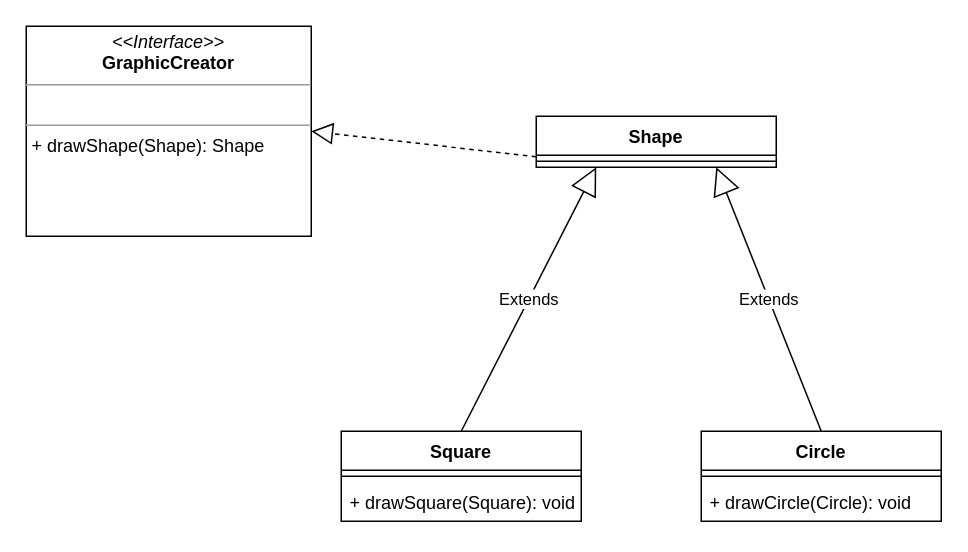
Above: Project/Project Files/database/Task2C.drawio in nachacin/ENSF-409-Projects (draw.io), before the change. Source tidied: cells renumbered, new cells numbered last; positions are measured from the earlier drawing's top-left corner, leaving out a move shared by most shapes. Both pictures are drawn from the tidied source at 150%, with x=0, y=0 at pixel (26, 26).
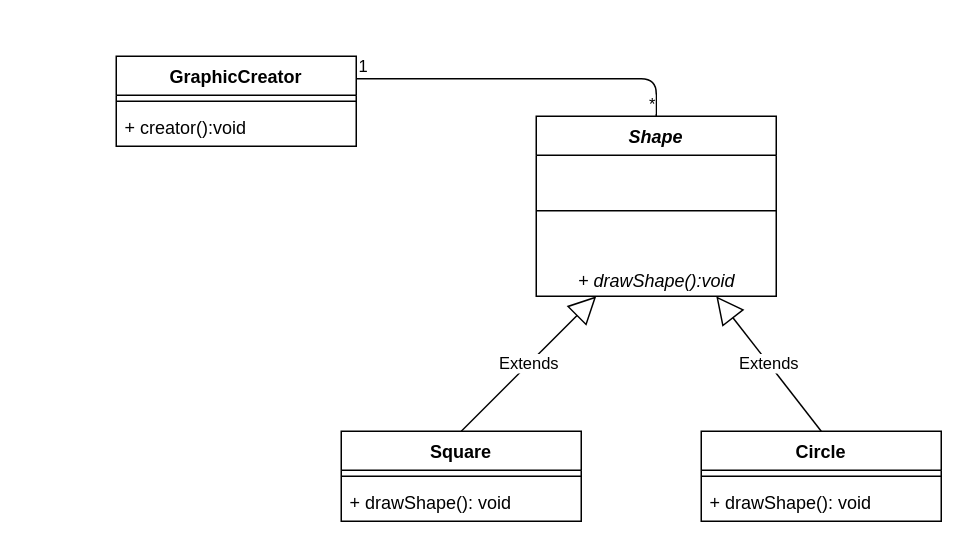
The same page after the edit.

Diff of the diagram source:
```diff
@@
 <mxGraphModel>
   <root>
     <mxCell id="0" />
     <mxCell id="1" parent="0" />
-    <mxCell id="2" value="&lt;p style=&quot;margin: 0px ; margin-top: 4px ; text-align: center&quot;&gt;&lt;i&gt;&amp;lt;&amp;lt;Interface&amp;gt;&amp;gt;&lt;/i&gt;&lt;br&gt;&lt;b&gt;GraphicCreator&lt;/b&gt;&lt;/p&gt;&lt;hr size=&quot;1&quot;&gt;&lt;p style=&quot;margin: 0px ; margin-left: 4px&quot;&gt;&lt;br&gt;&lt;/p&gt;&lt;hr size=&quot;1&quot;&gt;&lt;p style=&quot;margin: 0px ; margin-left: 4px&quot;&gt;+ drawShape(Shape): Shape&lt;/p&gt;" style="verticalAlign=top;align=left;overflow=fill;fontSize=12;fontFamily=Helvetica;html=1;" parent="1" vertex="1">
-      <mxGeometry width="190" height="140" as="geometry" />
-    </mxCell>
-    <mxCell id="3" value="Shape" style="swimlane;fontStyle=1;align=center;verticalAlign=top;horizontal=1;startSize=26;" parent="1" vertex="1">
-      <mxGeometry x="340" y="60" width="160" height="34" as="geometry" />
+    <mxCell id="3" value="Shape" style="swimlane;fontStyle=3;align=center;verticalAlign=top;horizontal=1;startSize=26;" parent="1" vertex="1">
+      <mxGeometry x="340" y="60" width="160" height="120" as="geometry" />
     </mxCell>
     <mxCell id="4" style="line;strokeWidth=1;fillColor=none;align=left;verticalAlign=middle;spacingTop=-1;spacingLeft=3;spacingRight=3;labelPosition=right;" parent="3" vertex="1">
-      <mxGeometry y="26" width="160" height="8" as="geometry" />
+      <mxGeometry y="26" width="160" height="74" as="geometry" />
     </mxCell>
-    <mxCell id="5" style="endArrow=block;dashed=1;endFill=0;endSize=12;html=1;entryX=1;entryY=0.5;entryDx=0;entryDy=0;exitX=0;exitY=0.038;exitDx=0;exitDy=0;exitPerimeter=0;" parent="1" edge="1" target="2">
-      <mxGeometry relative="1" as="geometry">
-        <mxPoint x="340" y="87" as="sourcePoint" />
-      </mxGeometry>
-    </mxCell>
+    <mxCell id="14" value="&lt;i&gt;+ drawShape():void&lt;/i&gt;" style="text;html=1;align=center;verticalAlign=middle;strokeColor=none;" parent="3" vertex="1">
+      <mxGeometry y="100" width="160" height="20" as="geometry" />
+    </mxCell>
     <mxCell id="6" value="Square" style="swimlane;fontStyle=1;align=center;verticalAlign=top;horizontal=1;startSize=26;" parent="1" vertex="1">
       <mxGeometry x="210" y="270" width="160" height="60" as="geometry" />
     </mxCell>
     <mxCell id="7" style="line;strokeWidth=1;fillColor=none;align=left;verticalAlign=middle;spacingTop=-1;spacingLeft=3;spacingRight=3;labelPosition=right;" parent="6" vertex="1">
       <mxGeometry y="26" width="160" height="8" as="geometry" />
     </mxCell>
-    <mxCell id="8" value="+ drawSquare(Square): void" style="text;strokeColor=none;fillColor=none;align=left;verticalAlign=top;spacingLeft=4;spacingRight=4;overflow=hidden;" parent="6" vertex="1">
+    <mxCell id="8" value="+ drawShape(): void&#10;" style="text;strokeColor=none;fillColor=none;align=left;verticalAlign=top;spacingLeft=4;spacingRight=4;overflow=hidden;" parent="6" vertex="1">
       <mxGeometry y="34" width="160" height="26" as="geometry" />
     </mxCell>
     <mxCell id="9" value="Circle" style="swimlane;fontStyle=1;align=center;verticalAlign=top;horizontal=1;startSize=26;" parent="1" vertex="1">
       <mxGeometry x="450" y="270" width="160" height="60" as="geometry" />
     </mxCell>
     <mxCell id="10" style="line;strokeWidth=1;fillColor=none;align=left;verticalAlign=middle;spacingTop=-1;spacingLeft=3;spacingRight=3;labelPosition=right;" parent="9" vertex="1">
       <mxGeometry y="26" width="160" height="8" as="geometry" />
     </mxCell>
-    <mxCell id="11" value="+ drawCircle(Circle): void" style="text;strokeColor=none;fillColor=none;align=left;verticalAlign=top;spacingLeft=4;spacingRight=4;overflow=hidden;" parent="9" vertex="1">
+    <mxCell id="11" value="+ drawShape(): void&#10;" style="text;strokeColor=none;fillColor=none;align=left;verticalAlign=top;spacingLeft=4;spacingRight=4;overflow=hidden;" parent="9" vertex="1">
       <mxGeometry y="34" width="160" height="26" as="geometry" />
     </mxCell>
     <mxCell id="12" value="Extends" style="endArrow=block;endSize=16;endFill=0;html=1;entryX=0.25;entryY=1;entryDx=0;entryDy=0;exitX=0.5;exitY=0;exitDx=0;exitDy=0;" parent="1" edge="1" source="6" target="3">
       <mxGeometry relative="1" as="geometry" />
     </mxCell>
     <mxCell id="13" value="Extends" style="endArrow=block;endSize=16;endFill=0;html=1;entryX=0.75;entryY=1;entryDx=0;entryDy=0;exitX=0.5;exitY=0;exitDx=0;exitDy=0;" parent="1" edge="1" source="9" target="3">
       <mxGeometry relative="1" as="geometry" />
     </mxCell>
+    <mxCell id="15" value="GraphicCreator&#10;" style="swimlane;fontStyle=1;align=center;verticalAlign=top;horizontal=1;startSize=26;" parent="1" vertex="1">
+      <mxGeometry x="60" y="20" width="160" height="60" as="geometry" />
+    </mxCell>
+    <mxCell id="16" style="line;strokeWidth=1;fillColor=none;align=left;verticalAlign=middle;spacingTop=-1;spacingLeft=3;spacingRight=3;labelPosition=right;" parent="15" vertex="1">
+      <mxGeometry y="26" width="160" height="8" as="geometry" />
+    </mxCell>
+    <mxCell id="17" value="+ creator():void" style="text;strokeColor=none;fillColor=none;align=left;verticalAlign=top;spacingLeft=4;spacingRight=4;overflow=hidden;" parent="15" vertex="1">
+      <mxGeometry y="34" width="160" height="26" as="geometry" />
+    </mxCell>
+    <mxCell id="18" style="endArrow=none;html=1;edgeStyle=orthogonalEdgeStyle;exitX=1;exitY=0.25;exitDx=0;exitDy=0;entryX=0.5;entryY=0;entryDx=0;entryDy=0;" parent="1" edge="1" source="15" target="3">
+      <mxGeometry relative="1" as="geometry" />
+    </mxCell>
+    <mxCell id="19" value="1" style="edgeLabel;html=1;align=left;verticalAlign=bottom;" parent="18" vertex="1">
+      <mxGeometry x="-1" relative="1" as="geometry" />
+    </mxCell>
+    <mxCell id="20" value="*" style="edgeLabel;html=1;align=right;verticalAlign=bottom;" parent="18" vertex="1">
+      <mxGeometry x="1" relative="1" as="geometry" />
+    </mxCell>
   </root>
 </mxGraphModel>
```
